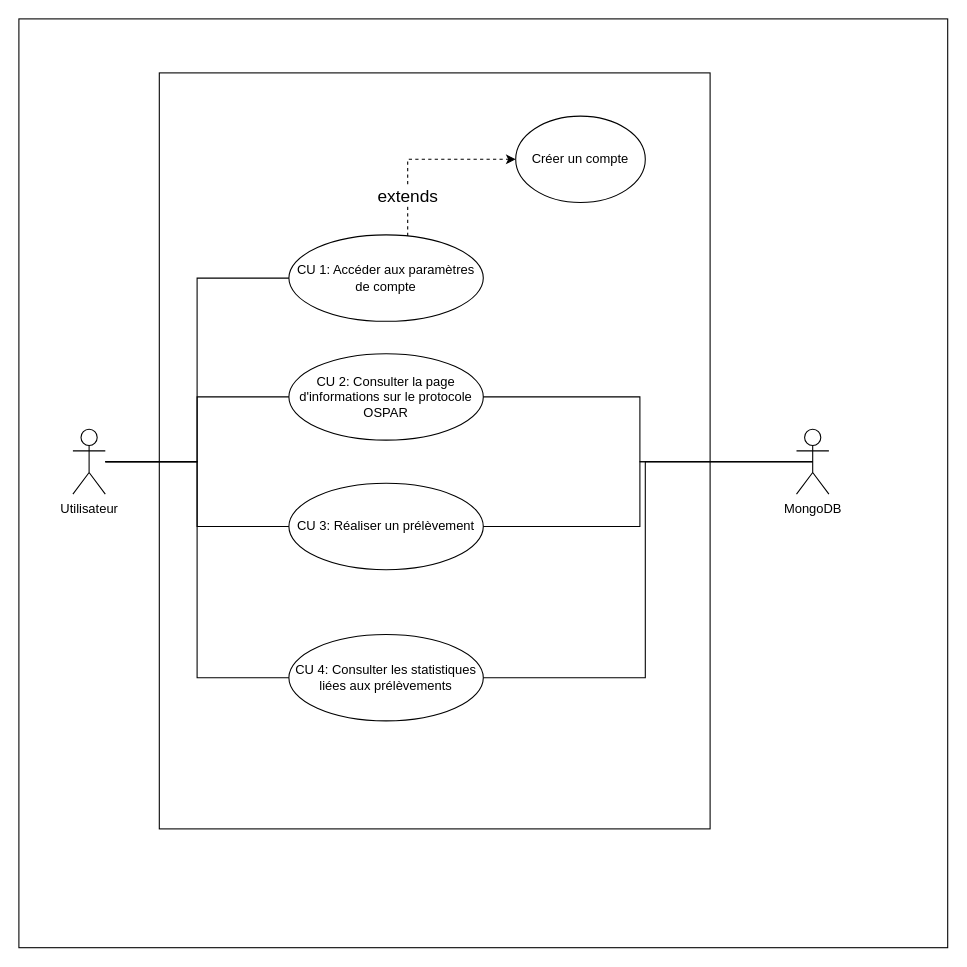
The draw.io diagram 3.1_Menu_principal.drawio in MurielleMardenli200/projet4_architecture, before the edit. Source tidied: cells renumbered, new cells numbered last; positions are measured from the earlier drawing's top-left corner, leaving out a move shared by most shapes. Both pictures are drawn from the tidied source at 108%, with x=0, y=0 at pixel (18, 18).
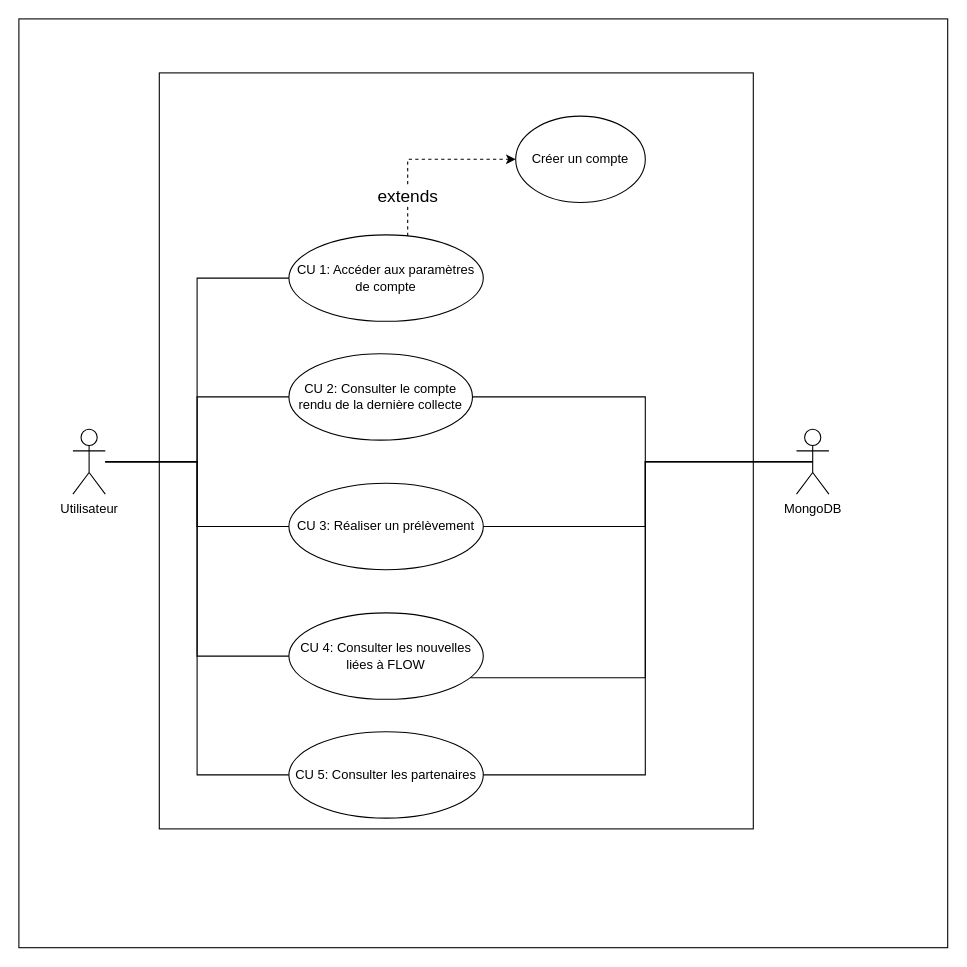
After the change.

Unchanged cells that the change refers to:
```xml
<mxCell id="3" value="Utilisateur" style="shape=umlActor;verticalLabelPosition=bottom;verticalAlign=top;html=1;outlineConnect=0;" parent="1" vertex="1">
  <mxGeometry x="50" y="380" width="30" height="60" as="geometry" />
</mxCell>
<mxCell id="5" value="MongoDB" style="shape=umlActor;verticalLabelPosition=bottom;verticalAlign=top;html=1;outlineConnect=0;" parent="1" vertex="1">
  <mxGeometry x="720" y="380" width="30" height="60" as="geometry" />
</mxCell>
<mxCell id="10" value="CU 3: Réaliser un prélèvement" style="ellipse;whiteSpace=wrap;html=1;" parent="1" vertex="1">
  <mxGeometry x="250" y="430" width="180" height="80" as="geometry" />
</mxCell>
```

Diff of the diagram source:
```diff
@@
     <mxCell id="4" style="rounded=0;whiteSpace=wrap;html=1;" parent="1" vertex="1">
-      <mxGeometry x="130" y="50" width="510" height="700" as="geometry" />
+      <mxGeometry x="130" y="50" width="550" height="700" as="geometry" />
     </mxCell>
@@
-    <mxCell id="9" value="CU 2: Consulter la page d'informations sur le protocole OSPAR" style="ellipse;whiteSpace=wrap;html=1;" parent="1" vertex="1">
-      <mxGeometry x="250" y="310" width="180" height="80" as="geometry" />
+    <mxCell id="9" value="CU 2: Consulter le compte rendu de la dernière collecte" style="ellipse;whiteSpace=wrap;html=1;" parent="1" vertex="1">
+      <mxGeometry x="250" y="310" width="170" height="80" as="geometry" />
     </mxCell>
@@
-    <mxCell id="11" value="CU 4: Consulter les statistiques liées aux prélèvements" style="ellipse;whiteSpace=wrap;html=1;" parent="1" vertex="1">
-      <mxGeometry x="250" y="570" width="180" height="80" as="geometry" />
+    <mxCell id="11" value="CU 4: Consulter les nouvelles liées à FLOW" style="ellipse;whiteSpace=wrap;html=1;" parent="1" vertex="1">
+      <mxGeometry x="250" y="550" width="180" height="80" as="geometry" />
     </mxCell>
@@
     <mxCell id="17" style="edgeStyle=orthogonalEdgeStyle;rounded=0;jettySize=auto;html=1;entryX=0.5;entryY=0.5;entryDx=0;entryDy=0;entryPerimeter=0;endArrow=none;startFill=0;" parent="1" edge="1" source="9" target="5">
-      <mxGeometry relative="1" as="geometry" />
+      <mxGeometry relative="1" as="geometry">
+        <Array as="points">
+          <mxPoint x="580" y="350" />
+          <mxPoint x="580" y="410" />
+        </Array>
+      </mxGeometry>
     </mxCell>
     <mxCell id="18" style="edgeStyle=orthogonalEdgeStyle;rounded=0;jettySize=auto;html=1;entryX=0.5;entryY=0.5;entryDx=0;entryDy=0;entryPerimeter=0;endArrow=none;startFill=0;" parent="1" edge="1" source="10" target="5">
-      <mxGeometry relative="1" as="geometry" />
+      <mxGeometry relative="1" as="geometry">
+        <Array as="points">
+          <mxPoint x="580" y="470" />
+          <mxPoint x="580" y="410" />
+        </Array>
+      </mxGeometry>
     </mxCell>
@@
+    <mxCell id="20" value="CU 5: Consulter les partenaires" style="ellipse;whiteSpace=wrap;html=1;" parent="1" vertex="1">
+      <mxGeometry x="250" y="660" width="180" height="80" as="geometry" />
+    </mxCell>
+    <mxCell id="21" style="edgeStyle=orthogonalEdgeStyle;rounded=0;jettySize=auto;html=1;entryX=0;entryY=0.5;entryDx=0;entryDy=0;endArrow=none;startFill=0;" parent="1" edge="1" source="3" target="20">
+      <mxGeometry relative="1" as="geometry" />
+    </mxCell>
+    <mxCell id="22" style="edgeStyle=orthogonalEdgeStyle;rounded=0;jettySize=auto;html=1;entryX=0.5;entryY=0.5;entryDx=0;entryDy=0;entryPerimeter=0;endArrow=none;startFill=0;exitX=1;exitY=0.5;exitDx=0;exitDy=0;" parent="1" edge="1" source="20" target="5">
+      <mxGeometry relative="1" as="geometry">
+        <Array as="points">
+          <mxPoint x="580" y="700" />
+          <mxPoint x="580" y="410" />
+        </Array>
+      </mxGeometry>
+    </mxCell>
```
